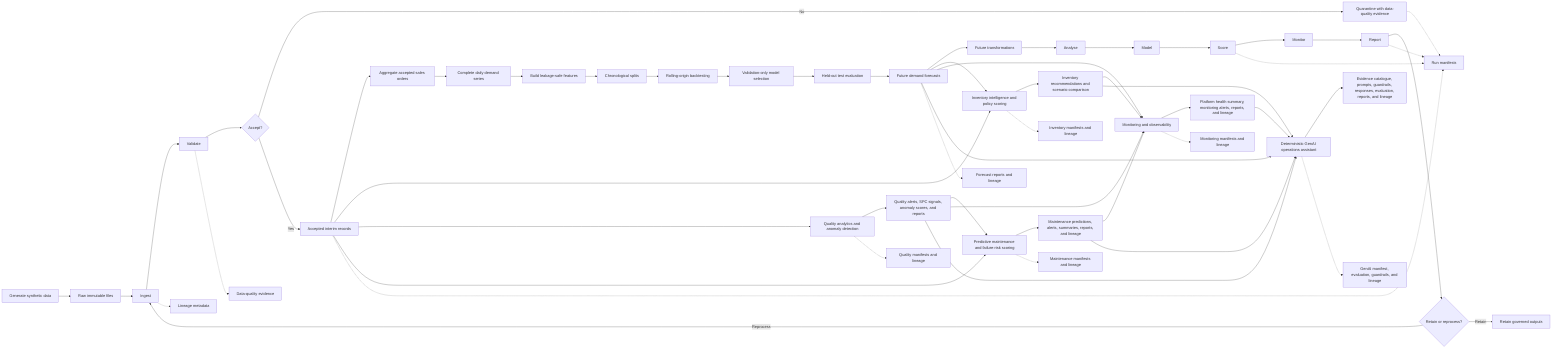
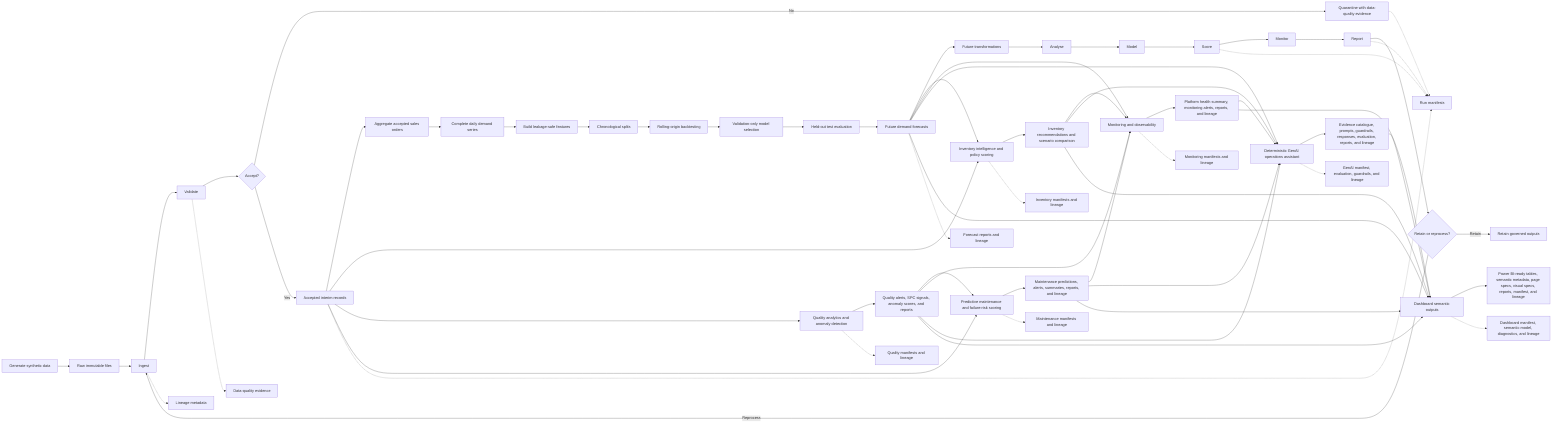
flowchart LR
    Generate["Generate synthetic data"] --> Raw["Raw immutable files"]
    Raw --> Ingest["Ingest"]
    Ingest --> Validate["Validate"]
    Validate --> Decision{"Accept?"}
    Decision -- No --> Quarantine["Quarantine with data-quality evidence"]
    Decision -- Yes --> Accepted["Accepted interim records"]
    Accepted --> Demand["Aggregate accepted sales orders"]
    Demand --> Complete["Complete daily demand series"]
    Complete --> Feature["Build leakage-safe features"]
    Feature --> Split["Chronological splits"]
    Split --> Backtest["Rolling-origin backtesting"]
    Backtest --> Select["Validation-only model selection"]
    Select --> Test["Held-out test evaluation"]
    Test --> Forecast["Future demand forecasts"]
    Forecast --> Transform["Future transformations"]
    Forecast --> Inventory["Inventory intelligence and policy scoring"]
    Accepted --> Inventory
    Inventory --> InventoryOutputs["Inventory recommendations and scenario comparison"]
    Accepted --> Quality["Quality analytics and anomaly detection"]
    Quality --> QualityOutputs["Quality alerts, SPC signals, anomaly scores, and reports"]
    Accepted --> Maintenance["Predictive maintenance and failure-risk scoring"]
    QualityOutputs --> Maintenance
    Maintenance --> MaintenanceOutputs["Maintenance predictions, alerts, summaries, reports, and lineage"]
    MaintenanceOutputs --> Monitoring["Monitoring and observability"]
    Forecast --> Monitoring
    InventoryOutputs --> Monitoring
    QualityOutputs --> Monitoring
    Monitoring --> MonitoringOutputs["Platform health summary, monitoring alerts, reports, and lineage"]
    MonitoringOutputs --> GenAI["Deterministic GenAI operations assistant"]
    Forecast --> GenAI
    InventoryOutputs --> GenAI
    QualityOutputs --> GenAI
    MaintenanceOutputs --> GenAI
    GenAI --> GenAIOutputs["Evidence catalogue, prompts, guardrails, responses, evaluation, reports, and lineage"]
+     Forecast --> Dashboard["Dashboard semantic outputs"]
+     InventoryOutputs --> Dashboard
+     QualityOutputs --> Dashboard
+     MaintenanceOutputs --> Dashboard
+     MonitoringOutputs --> Dashboard
+     GenAIOutputs --> Dashboard
+     Dashboard --> DashboardOutputs["Power BI-ready tables, semantic metadata, page specs, visual specs, reports, manifest, and lineage"]
    Transform --> Analyse["Analyse"]
    Analyse --> Model["Model"]
    Model --> Score["Score"]
    Score --> Monitor["Monitor"]
    Monitor --> Report["Report"]
    Report --> Retain{"Retain or reprocess?"}
    Retain -- Retain --> Archive["Retain governed outputs"]
    Retain -- Reprocess --> Ingest

    Ingest -.-> Lineage["Lineage metadata"]
    Validate -.-> Evidence["Data-quality evidence"]
    Forecast -.-> ForecastLineage["Forecast reports and lineage"]
    Inventory -.-> InventoryLineage["Inventory manifests and lineage"]
    Quality -.-> QualityLineage["Quality manifests and lineage"]
    Maintenance -.-> MaintenanceLineage["Maintenance manifests and lineage"]
    Monitoring -.-> MonitoringLineage["Monitoring manifests and lineage"]
    GenAI -.-> GenAILineage["GenAI manifest, evaluation, guardrails, and lineage"]
+     Dashboard -.-> DashboardLineage["Dashboard manifest, semantic model, diagnostics, and lineage"]
    Accepted -.-> Manifest["Run manifests"]
    Quarantine -.-> Manifest
    Score -.-> Manifest
    Report -.-> Manifest
